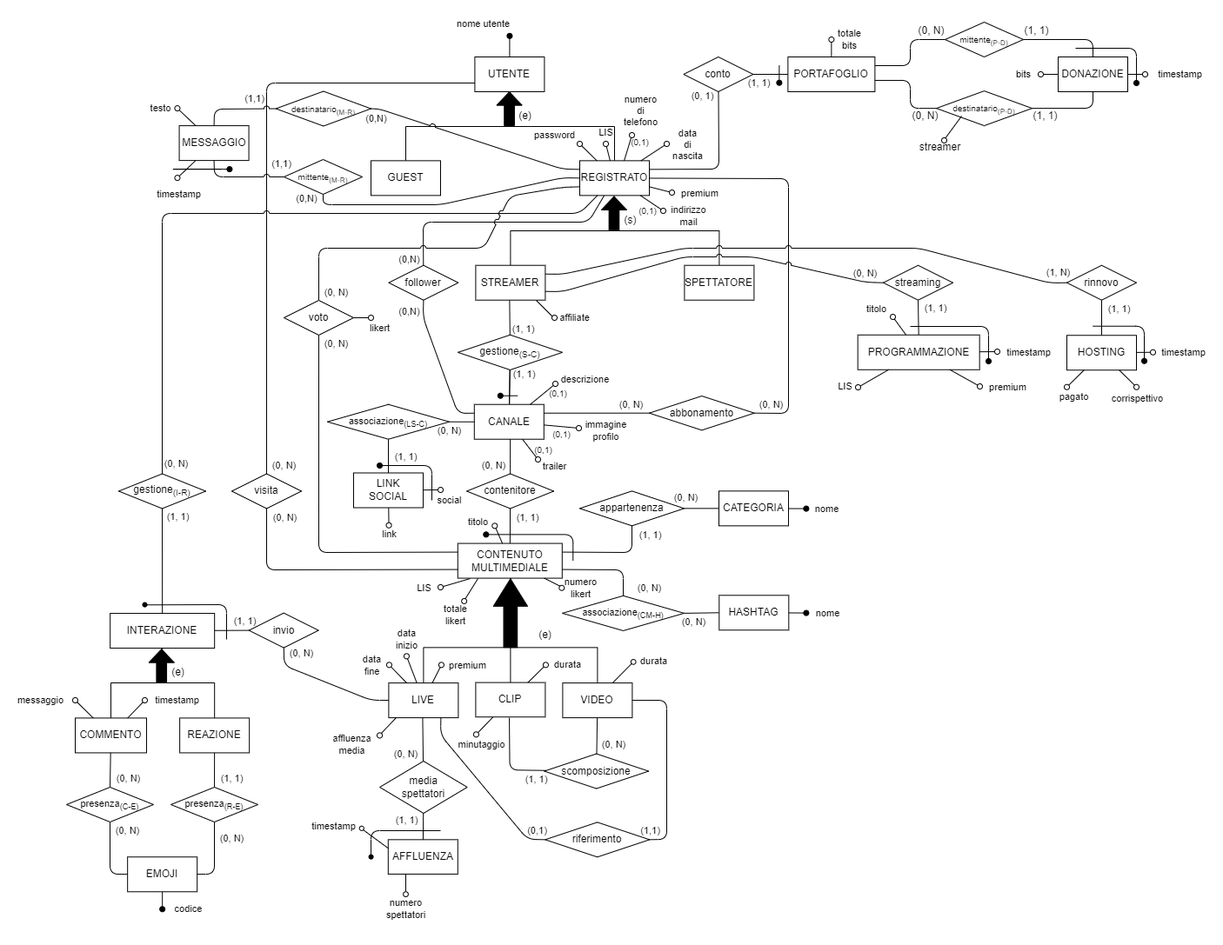
This is Progetto Esame - DBSperimentazioni A.A. 2023-2024/Immagini/1.5 Schema E-R.png from Mattron2000/Basi_di_dati, a draw.io export, as it was before one commit. Source tidied: cells renumbered, new cells last; positions are measured from the earlier drawing's top-left corner, leaving out a move shared by most shapes.
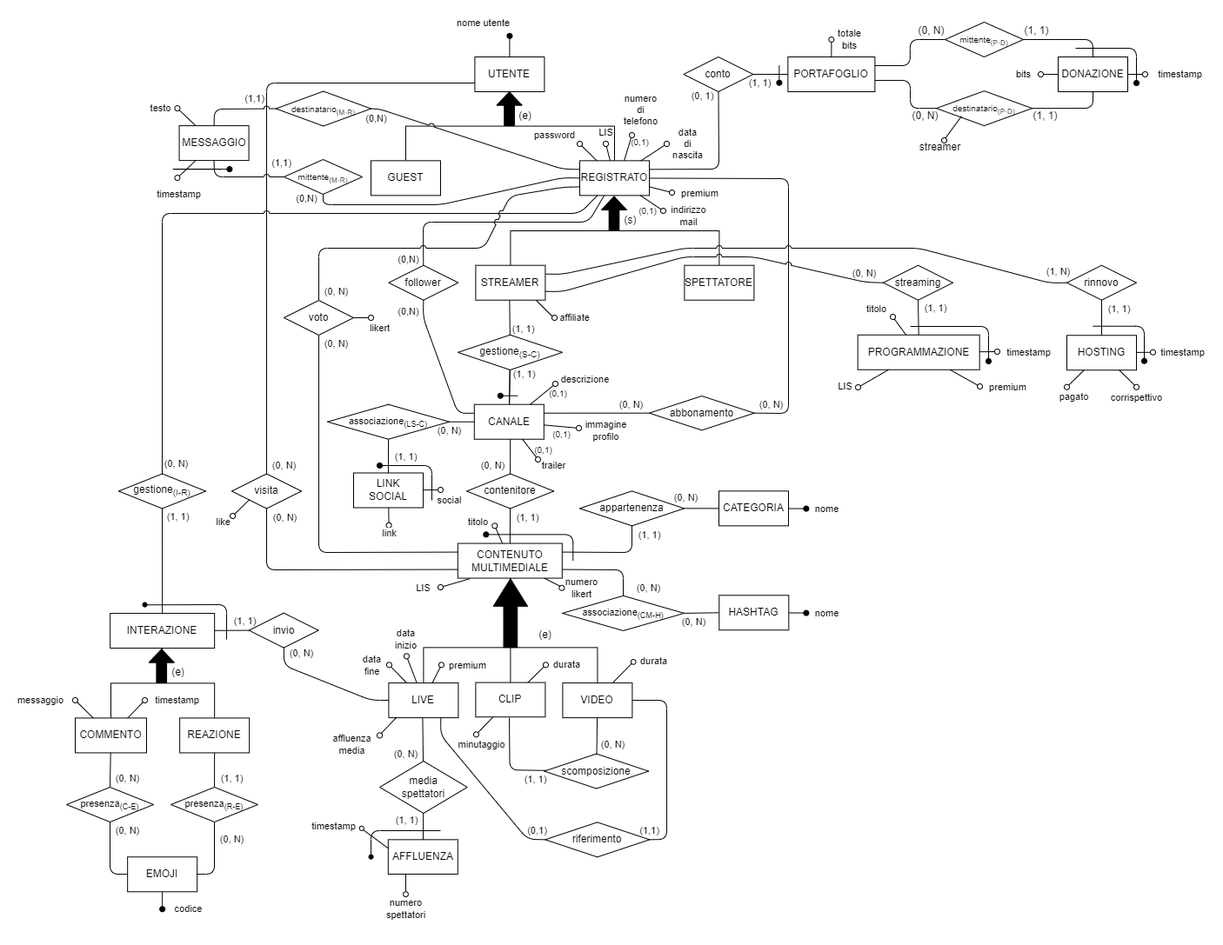
The same diagram one commit later.

What changed in the source:
```diff
@@ -1152,17 +1152,6 @@
     <mxCell id="249" value="&lt;font style=&quot;font-size: 11px;&quot;&gt;affluenza &lt;br&gt;media&lt;/font&gt;" style="text;html=1;align=center;verticalAlign=middle;strokeColor=none;fillColor=none;fontSize=10;" parent="1" vertex="1">
       <mxGeometry x="293.1" y="816" width="70" height="40" as="geometry" />
     </mxCell>
-    <mxCell id="250" style="endArrow=none;html=1;fontSize=11;exitX=0.193;exitY=1.011;exitDx=0;exitDy=0;exitPerimeter=0;" parent="1" edge="1" source="105">
-      <mxGeometry relative="1" as="geometry">
-        <mxPoint x="458" y="669" as="targetPoint" />
-      </mxGeometry>
-    </mxCell>
-    <mxCell id="251" style="ellipse;whiteSpace=wrap;html=1;fontSize=11;" parent="1" vertex="1">
-      <mxGeometry x="454.2" y="668" width="5.9" height="5.9" as="geometry" />
-    </mxCell>
-    <mxCell id="252" value="totale &lt;br&gt;likert" style="text;html=1;align=center;verticalAlign=middle;strokeColor=none;fillColor=none;fontSize=11;" parent="1" vertex="1">
-      <mxGeometry x="424.4" y="668" width="45" height="38" as="geometry" />
-    </mxCell>
     <mxCell id="253" style="endArrow=none;html=1;fontSize=11;exitX=0.193;exitY=1.011;exitDx=0;exitDy=0;exitPerimeter=0;entryX=0;entryY=0;entryDx=0;entryDy=0;" parent="1" edge="1" target="254">
       <mxGeometry relative="1" as="geometry">
         <mxPoint x="549.2" y="644.6" as="sourcePoint" />
@@ -1195,5 +1184,13 @@
         </Array>
       </mxGeometry>
     </mxCell>
+    <mxCell id="260" style="endArrow=oval;html=1;fillStyle=auto;strokeWidth=1;startSize=6;endSize=6;fillColor=#000000;startArrow=none;startFill=0;endFill=0;strokeColor=#000000;exitX=0;exitY=1;exitDx=0;exitDy=0;" parent="1" edge="1" source="159">
+      <mxGeometry relative="1" as="geometry">
+        <mxPoint x="191" y="573" as="targetPoint" />
+      </mxGeometry>
+    </mxCell>
+    <mxCell id="261" value="&lt;font style=&quot;font-size: 11px;&quot;&gt;like&lt;/font&gt;" style="text;html=1;align=center;verticalAlign=middle;strokeColor=none;fillColor=none;" parent="1" vertex="1">
+      <mxGeometry x="160" y="564.8" width="40" height="30" as="geometry" />
+    </mxCell>
   </root>
 </mxGraphModel>
```
